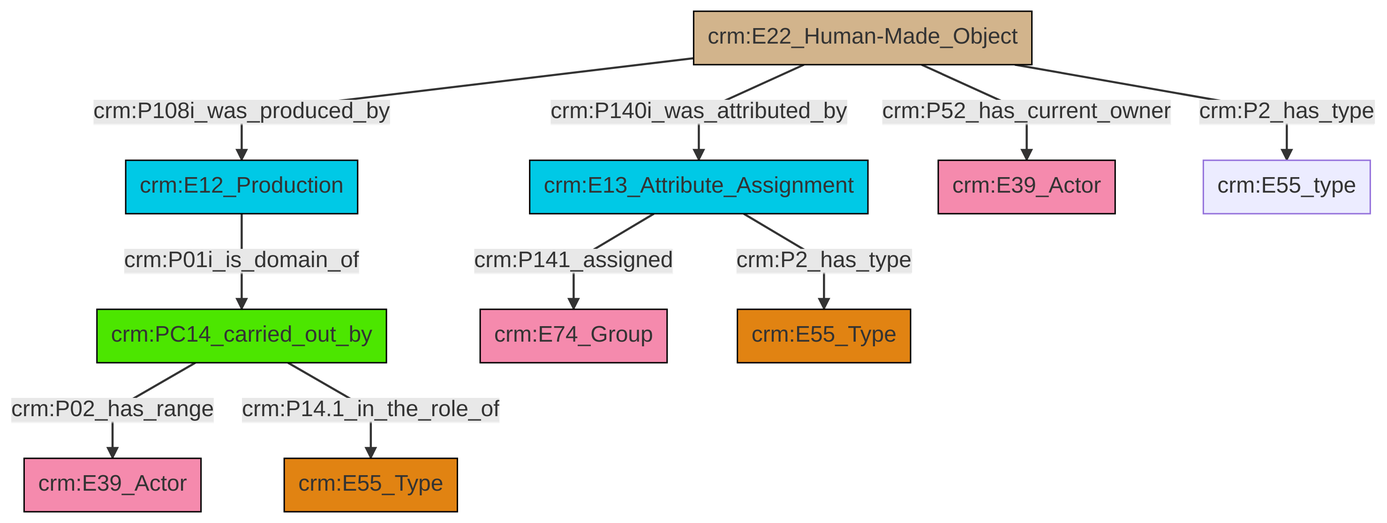
swiss-art-research-net/docs.swissartresearch keeps this Mermaid diagram as et/builtWorkCSV/ttl/mmd/png/Built_Work_actor_relations.png. Above is the earlier version. Its source is kept beside it as et/builtWorkCSV/ttl/mmd/Built_Work_actor_relations.ttl.mmd.
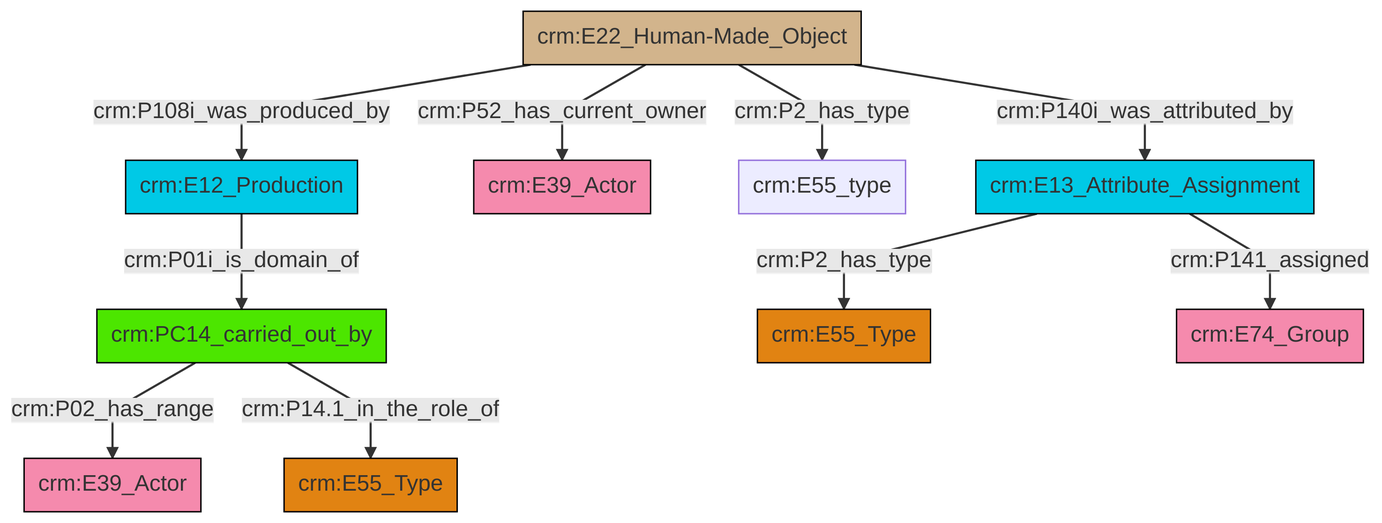
The same diagram one commit later.

Diff of the diagram source:
```diff
@@ -13,12 +13,12 @@
 classDef PC_Classes fill:#4ce600, stroke:#000000;
 classDef Multi fill:#cccccc,stroke:#000000;
 
-6["crm:PC14_carried_out_by"]:::PC_Classes -->|crm:P02_has_range| 7["crm:E39_Actor"]:::Actor
-8["crm:E22_Human-Made_Object"]:::Physical_Thing -->|crm:P108i_was_produced_by| 9["crm:E12_Production"]:::Temporal_Entity
-8["crm:E22_Human-Made_Object"]:::Physical_Thing -->|crm:P140i_was_attributed_by| 10["crm:E13_Attribute_Assignment"]:::Temporal_Entity
-8["crm:E22_Human-Made_Object"]:::Physical_Thing -->|crm:P52_has_current_owner| 4["crm:E39_Actor"]:::Actor
-8["crm:E22_Human-Made_Object"]:::Physical_Thing -->|crm:P2_has_type| 2["crm:E55_type"]:::Default
-9["crm:E12_Production"]:::Temporal_Entity -->|crm:P01i_is_domain_of| 6["crm:PC14_carried_out_by"]:::PC_Classes
-10["crm:E13_Attribute_Assignment"]:::Temporal_Entity -->|crm:P141_assigned| 18["crm:E74_Group"]:::Actor
-6["crm:PC14_carried_out_by"]:::PC_Classes -->|crm:P14.1_in_the_role_of| 16["crm:E55_Type"]:::Type
-10["crm:E13_Attribute_Assignment"]:::Temporal_Entity -->|crm:P2_has_type| 0["crm:E55_Type"]:::Type
+0["crm:E12_Production"]:::Temporal_Entity -->|crm:P01i_is_domain_of| 1["crm:PC14_carried_out_by"]:::PC_Classes
+3["crm:E22_Human-Made_Object"]:::Physical_Thing -->|crm:P108i_was_produced_by| 0["crm:E12_Production"]:::Temporal_Entity
+1["crm:PC14_carried_out_by"]:::PC_Classes -->|crm:P02_has_range| 4["crm:E39_Actor"]:::Actor
+3["crm:E22_Human-Made_Object"]:::Physical_Thing -->|crm:P2_has_type| 7["crm:E55_type"]:::Default
+10["crm:E13_Attribute_Assignment"]:::Temporal_Entity -->|crm:P2_has_type| 8["crm:E55_Type"]:::Type
+3["crm:E22_Human-Made_Object"]:::Physical_Thing -->|crm:P140i_was_attributed_by| 10["crm:E13_Attribute_Assignment"]:::Temporal_Entity
+1["crm:PC14_carried_out_by"]:::PC_Classes -->|crm:P14.1_in_the_role_of| 12["crm:E55_Type"]:::Type
+3["crm:E22_Human-Made_Object"]:::Physical_Thing -->|crm:P52_has_current_owner| 5["crm:E39_Actor"]:::Actor
+10["crm:E13_Attribute_Assignment"]:::Temporal_Entity -->|crm:P141_assigned| 17["crm:E74_Group"]:::Actor
```
